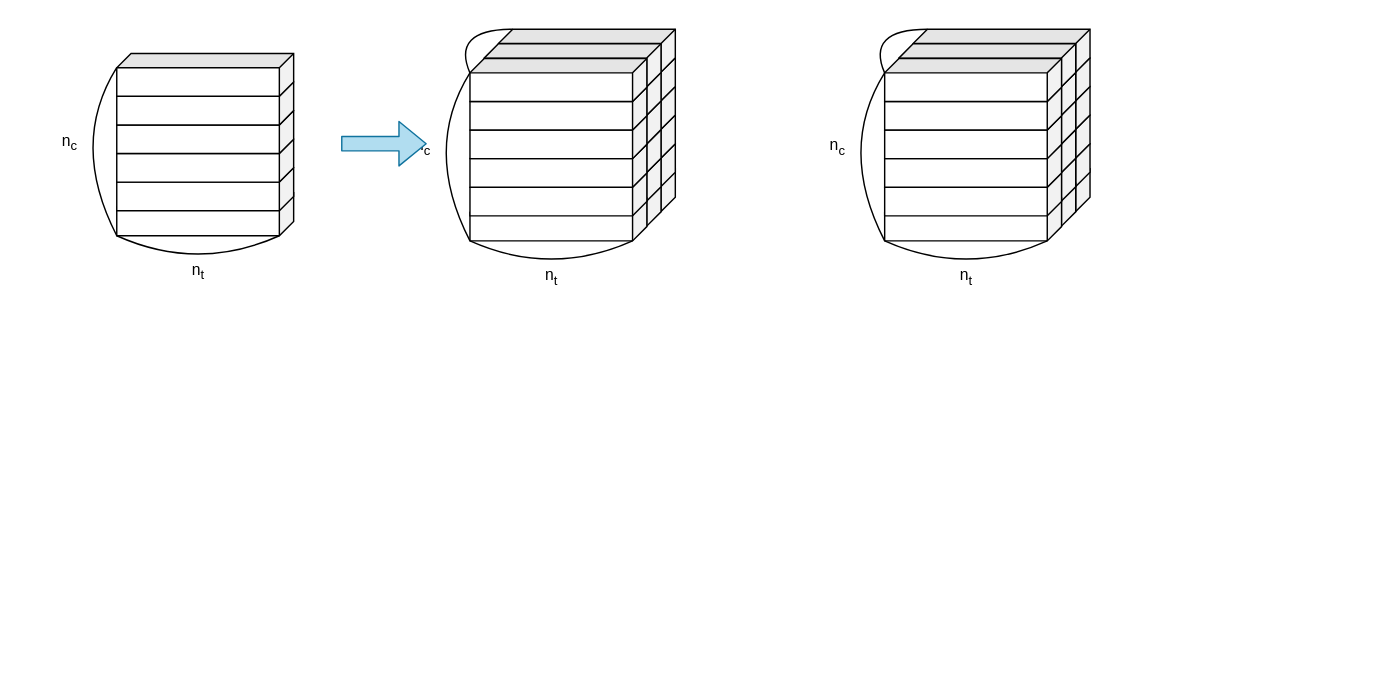
The draw.io diagram page "Vanilla" (3 of 3) of Multi Scale Neural Network.drawio in hwansunkim/openann, before the edit. Source tidied: cells renumbered, new cells numbered last; positions are measured from the earlier drawing's top-left corner, leaving out a move shared by most shapes. Both pictures are drawn from the tidied source at 143%, with x=0, y=0 at pixel (69, -39).
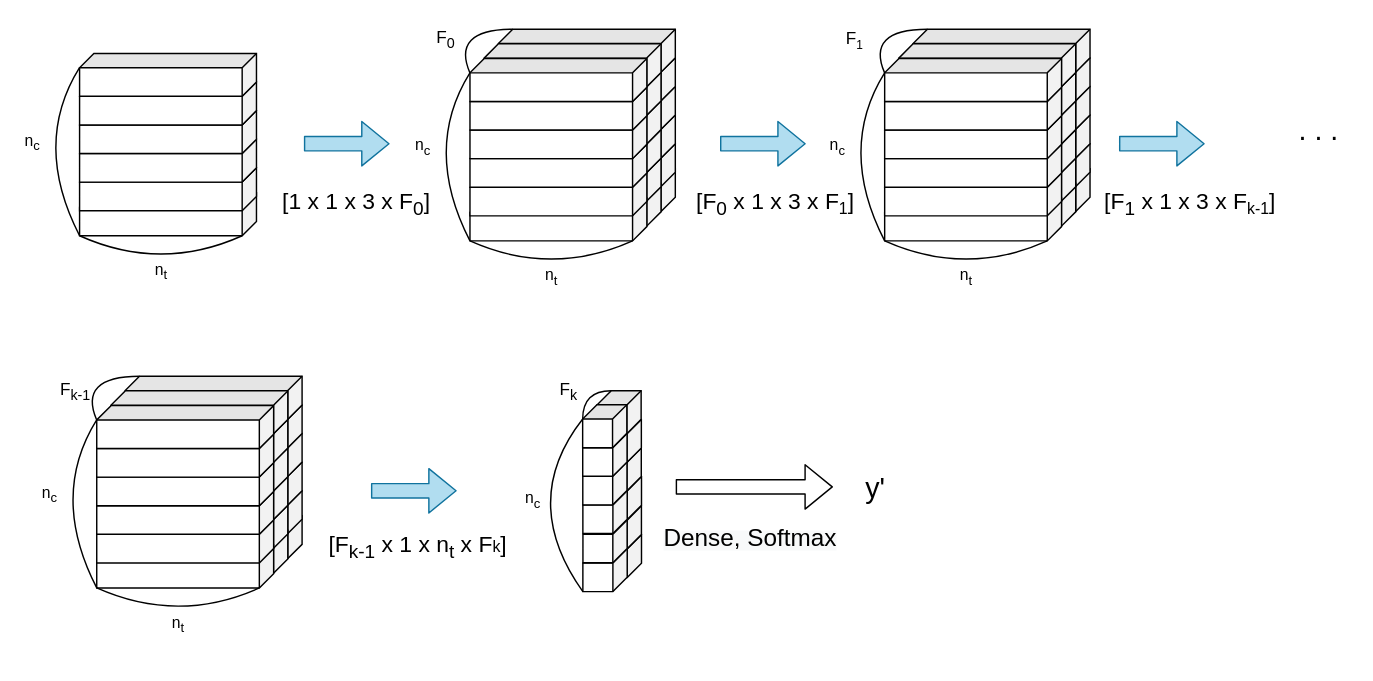
The same page after the edit.

Diff of the diagram source:
```diff
@@
     <mxCell id="25" style="shape=flexArrow;endArrow=classic;html=1;shadow=0;fontSize=20;sourcePerimeterSpacing=5;targetPerimeterSpacing=5;strokeColor=#10739e;fillColor=#b1ddf0;" parent="1" edge="1">
       <mxGeometry relative="1" as="geometry">
-        <mxPoint x="190" y="127" as="sourcePoint" />
-        <mxPoint x="250" y="127" as="targetPoint" />
+        <mxPoint x="164" y="127" as="sourcePoint" />
+        <mxPoint x="224" y="127" as="targetPoint" />
       </mxGeometry>
     </mxCell>
     <mxCell id="26" style="group;" parent="1" vertex="1">
-      <mxGeometry y="63.9" width="156.9" height="153" as="geometry" />
+      <mxGeometry x="-26" y="63.9" width="156.9" height="153" as="geometry" />
     </mxCell>
@@
+    <mxCell id="58" style="shape=flexArrow;endArrow=classic;html=1;shadow=0;fontSize=20;sourcePerimeterSpacing=5;targetPerimeterSpacing=5;strokeColor=#10739e;fillColor=#b1ddf0;" parent="1" edge="1">
+      <mxGeometry relative="1" as="geometry">
+        <mxPoint x="455" y="127" as="sourcePoint" />
+        <mxPoint x="515" y="127" as="targetPoint" />
+      </mxGeometry>
+    </mxCell>
+    <mxCell id="59" value="&lt;font style=&quot;font-size: 16px&quot;&gt;[1 x 1 x 3&amp;nbsp;x F&lt;sub&gt;0&lt;/sub&gt;]&lt;/font&gt;" style="text;html=1;strokeColor=none;fillColor=none;align=center;verticalAlign=middle;whiteSpace=wrap;rounded=0;fontSize=20;" parent="1" vertex="1">
+      <mxGeometry x="130.9" y="157" width="140" height="20" as="geometry" />
+    </mxCell>
+    <mxCell id="60" value="&lt;font style=&quot;font-size: 16px&quot;&gt;[F&lt;sub&gt;0&lt;/sub&gt; x 1 x 3&amp;nbsp;x F&lt;/font&gt;&lt;font&gt;&lt;span style=&quot;font-size: 13.3333px&quot;&gt;&lt;sub&gt;1&lt;/sub&gt;&lt;/span&gt;&lt;span style=&quot;font-size: 16px&quot;&gt;]&lt;/span&gt;&lt;/font&gt;" style="text;html=1;strokeColor=none;fillColor=none;align=center;verticalAlign=middle;whiteSpace=wrap;rounded=0;fontSize=20;" parent="1" vertex="1">
+      <mxGeometry x="423.7" y="157" width="140" height="20" as="geometry" />
+    </mxCell>
+    <mxCell id="61" value=". . ." style="text;html=1;strokeColor=none;fillColor=none;align=center;verticalAlign=middle;whiteSpace=wrap;rounded=0;fontSize=20;" parent="1" vertex="1">
+      <mxGeometry x="853.7" y="107" width="40" height="20" as="geometry" />
+    </mxCell>
+    <mxCell id="62" style="shape=flexArrow;endArrow=classic;html=1;shadow=0;fontSize=20;sourcePerimeterSpacing=5;targetPerimeterSpacing=5;strokeColor=#10739e;fillColor=#b1ddf0;" parent="1" edge="1">
+      <mxGeometry relative="1" as="geometry">
+        <mxPoint x="734" y="127" as="sourcePoint" />
+        <mxPoint x="794" y="127" as="targetPoint" />
+      </mxGeometry>
+    </mxCell>
+    <mxCell id="63" value="&lt;font style=&quot;font-size: 16px&quot;&gt;[F&lt;sub&gt;1&lt;/sub&gt; x 1 x 3&amp;nbsp;x F&lt;/font&gt;&lt;font&gt;&lt;span style=&quot;font-size: 13.3333px&quot;&gt;&lt;sub&gt;k-1&lt;/sub&gt;&lt;/span&gt;&lt;span style=&quot;font-size: 16px&quot;&gt;]&lt;/span&gt;&lt;/font&gt;" style="text;html=1;strokeColor=none;fillColor=none;align=center;verticalAlign=middle;whiteSpace=wrap;rounded=0;fontSize=20;" parent="1" vertex="1">
+      <mxGeometry x="713.7" y="157" width="140" height="20" as="geometry" />
+    </mxCell>
+    <mxCell id="64" style="group;" parent="1" vertex="1">
+      <mxGeometry x="39" y="289.7" width="123.7" height="195.9" as="geometry" />
+    </mxCell>
+    <mxCell id="65" style="shape=cube;whiteSpace=wrap;html=1;boundedLbl=1;backgroundOutline=1;darkOpacity=0.05;darkOpacity2=0.1;fontSize=20;rotation=90;size=10;" parent="64" vertex="1">
+      <mxGeometry x="46.9" y="50.6" width="30" height="123.7" as="geometry" />
+    </mxCell>
+    <mxCell id="66" style="shape=cube;whiteSpace=wrap;html=1;boundedLbl=1;backgroundOutline=1;darkOpacity=0.05;darkOpacity2=0.1;fontSize=20;rotation=90;size=10;" parent="64" vertex="1">
+      <mxGeometry x="46.9" y="33.1" width="30" height="123.7" as="geometry" />
+    </mxCell>
+    <mxCell id="67" style="shape=cube;whiteSpace=wrap;html=1;boundedLbl=1;backgroundOutline=1;darkOpacity=0.05;darkOpacity2=0.1;fontSize=20;rotation=90;size=10;" parent="64" vertex="1">
+      <mxGeometry x="46.9" y="13.1" width="30" height="123.7" as="geometry" />
+    </mxCell>
+    <mxCell id="68" style="shape=cube;whiteSpace=wrap;html=1;boundedLbl=1;backgroundOutline=1;darkOpacity=0.05;darkOpacity2=0.1;fontSize=20;rotation=90;size=10;" parent="64" vertex="1">
+      <mxGeometry x="46.9" y="-6.9" width="30" height="123.7" as="geometry" />
+    </mxCell>
+    <mxCell id="69" style="shape=cube;whiteSpace=wrap;html=1;boundedLbl=1;backgroundOutline=1;darkOpacity=0.05;darkOpacity2=0.1;fontSize=20;rotation=90;size=10;" parent="64" vertex="1">
+      <mxGeometry x="46.9" y="-26.9" width="30" height="123.7" as="geometry" />
+    </mxCell>
+    <mxCell id="70" style="shape=cube;whiteSpace=wrap;html=1;boundedLbl=1;backgroundOutline=1;darkOpacity=0.05;darkOpacity2=0.1;fontSize=20;rotation=90;size=10;" parent="64" vertex="1">
+      <mxGeometry x="46.9" y="-46.9" width="30" height="123.7" as="geometry" />
+    </mxCell>
+    <mxCell id="71" style="group;" parent="64" vertex="1">
+      <mxGeometry x="-10" y="10.2" width="123.7" height="185.6" as="geometry" />
+    </mxCell>
+    <mxCell id="72" style="shape=cube;whiteSpace=wrap;html=1;boundedLbl=1;backgroundOutline=1;darkOpacity=0.05;darkOpacity2=0.1;fontSize=20;rotation=90;size=10;" parent="71" vertex="1">
+      <mxGeometry x="46.9" y="50.6" width="30" height="123.7" as="geometry" />
+    </mxCell>
+    <mxCell id="73" style="shape=cube;whiteSpace=wrap;html=1;boundedLbl=1;backgroundOutline=1;darkOpacity=0.05;darkOpacity2=0.1;fontSize=20;rotation=90;size=10;" parent="71" vertex="1">
+      <mxGeometry x="46.9" y="33.1" width="30" height="123.7" as="geometry" />
+    </mxCell>
+    <mxCell id="74" style="shape=cube;whiteSpace=wrap;html=1;boundedLbl=1;backgroundOutline=1;darkOpacity=0.05;darkOpacity2=0.1;fontSize=20;rotation=90;size=10;" parent="71" vertex="1">
+      <mxGeometry x="46.9" y="13.1" width="30" height="123.7" as="geometry" />
+    </mxCell>
+    <mxCell id="75" style="shape=cube;whiteSpace=wrap;html=1;boundedLbl=1;backgroundOutline=1;darkOpacity=0.05;darkOpacity2=0.1;fontSize=20;rotation=90;size=10;" parent="71" vertex="1">
+      <mxGeometry x="46.9" y="-6.9" width="30" height="123.7" as="geometry" />
+    </mxCell>
+    <mxCell id="76" style="shape=cube;whiteSpace=wrap;html=1;boundedLbl=1;backgroundOutline=1;darkOpacity=0.05;darkOpacity2=0.1;fontSize=20;rotation=90;size=10;" parent="71" vertex="1">
+      <mxGeometry x="46.9" y="-26.9" width="30" height="123.7" as="geometry" />
+    </mxCell>
+    <mxCell id="77" style="shape=cube;whiteSpace=wrap;html=1;boundedLbl=1;backgroundOutline=1;darkOpacity=0.05;darkOpacity2=0.1;fontSize=20;rotation=90;size=10;" parent="71" vertex="1">
+      <mxGeometry x="46.9" y="-46.9" width="30" height="123.7" as="geometry" />
+    </mxCell>
+    <mxCell id="78" style="shape=cube;whiteSpace=wrap;html=1;boundedLbl=1;backgroundOutline=1;darkOpacity=0.05;darkOpacity2=0.1;fontSize=20;rotation=90;size=10;" parent="71" vertex="1">
+      <mxGeometry x="37" y="60.9" width="30" height="123.7" as="geometry" />
+    </mxCell>
+    <mxCell id="79" style="shape=cube;whiteSpace=wrap;html=1;boundedLbl=1;backgroundOutline=1;darkOpacity=0.05;darkOpacity2=0.1;fontSize=20;rotation=90;size=10;" parent="71" vertex="1">
+      <mxGeometry x="37" y="43.4" width="30" height="123.7" as="geometry" />
+    </mxCell>
+    <mxCell id="80" style="shape=cube;whiteSpace=wrap;html=1;boundedLbl=1;backgroundOutline=1;darkOpacity=0.05;darkOpacity2=0.1;fontSize=20;rotation=90;size=10;" parent="71" vertex="1">
+      <mxGeometry x="37" y="23.4" width="30" height="123.7" as="geometry" />
+    </mxCell>
+    <mxCell id="81" style="shape=cube;whiteSpace=wrap;html=1;boundedLbl=1;backgroundOutline=1;darkOpacity=0.05;darkOpacity2=0.1;fontSize=20;rotation=90;size=10;" parent="71" vertex="1">
+      <mxGeometry x="37" y="3.4" width="30" height="123.7" as="geometry" />
+    </mxCell>
+    <mxCell id="82" style="shape=cube;whiteSpace=wrap;html=1;boundedLbl=1;backgroundOutline=1;darkOpacity=0.05;darkOpacity2=0.1;fontSize=20;rotation=90;size=10;" parent="71" vertex="1">
+      <mxGeometry x="37" y="-16.6" width="30" height="123.7" as="geometry" />
+    </mxCell>
+    <mxCell id="83" style="shape=cube;whiteSpace=wrap;html=1;boundedLbl=1;backgroundOutline=1;darkOpacity=0.05;darkOpacity2=0.1;fontSize=20;rotation=90;size=10;" parent="71" vertex="1">
+      <mxGeometry x="37" y="-36.6" width="30" height="123.7" as="geometry" />
+    </mxCell>
+    <mxCell id="84" value="n&lt;sub&gt;c&lt;/sub&gt;" style="endArrow=none;html=1;labelBackgroundColor=none;entryX=0;entryY=0;entryDx=10;entryDy=123.74;entryPerimeter=0;exitX=1;exitY=1;exitDx=0;exitDy=0;exitPerimeter=0;curved=1;" parent="71" edge="1" source="78" target="83">
+      <mxGeometry x="-83" y="-86.6" as="geometry">
+        <Array as="points">
+          <mxPoint x="-43" y="73.4" />
+        </Array>
+        <mxPoint x="-33" y="-6" as="offset" />
+      </mxGeometry>
+    </mxCell>
+    <mxCell id="85" value="n&lt;sub&gt;t&lt;/sub&gt;" style="endArrow=none;html=1;labelBackgroundColor=none;exitX=1;exitY=1;exitDx=0;exitDy=0;exitPerimeter=0;entryX=0;entryY=0;entryDx=30;entryDy=10;entryPerimeter=0;curved=1;" parent="71" edge="1" source="78" target="78">
+      <mxGeometry x="-83" y="-86.6" as="geometry">
+        <Array as="points">
+          <mxPoint x="47.1" y="163.2" />
+        </Array>
+        <mxPoint y="26" as="offset" />
+      </mxGeometry>
+    </mxCell>
+    <mxCell id="86" style="endArrow=none;html=1;labelBackgroundColor=none;entryX=0;entryY=0;entryDx=0;entryDy=113.74000000000001;entryPerimeter=0;exitX=0;exitY=0;exitDx=10;exitDy=123.74000000000001;exitPerimeter=0;curved=1;" parent="64" edge="1" source="83" target="70">
+      <mxGeometry relative="1" as="geometry">
+        <Array as="points">
+          <mxPoint x="-33" />
+        </Array>
+      </mxGeometry>
+    </mxCell>
+    <mxCell id="87" style="shape=flexArrow;endArrow=classic;html=1;shadow=0;fontSize=20;sourcePerimeterSpacing=5;targetPerimeterSpacing=5;strokeColor=#10739e;fillColor=#b1ddf0;" parent="1" edge="1">
+      <mxGeometry relative="1" as="geometry">
+        <mxPoint x="210.9" y="369.7" as="sourcePoint" />
+        <mxPoint x="270.9" y="369.7" as="targetPoint" />
+      </mxGeometry>
+    </mxCell>
+    <mxCell id="88" value="&lt;font style=&quot;font-size: 16px&quot;&gt;[F&lt;sub&gt;k-1&lt;/sub&gt; x 1 x n&lt;sub&gt;t&lt;/sub&gt; x F&lt;/font&gt;&lt;font style=&quot;font-size: 11.1111px&quot;&gt;k&lt;/font&gt;&lt;font&gt;&lt;span style=&quot;font-size: 16px&quot;&gt;]&lt;/span&gt;&lt;/font&gt;" style="text;html=1;strokeColor=none;fillColor=none;align=center;verticalAlign=middle;whiteSpace=wrap;rounded=0;fontSize=20;" parent="1" vertex="1">
+      <mxGeometry x="174" y="397" width="140" height="20" as="geometry" />
+    </mxCell>
+    <mxCell id="89" value="F&lt;sub&gt;0&lt;/sub&gt;" style="text;html=1;align=center;verticalAlign=middle;strokeColor=none;fillColor=none;" parent="1" vertex="1">
+      <mxGeometry x="247.7" y="43.9" width="30" height="20" as="geometry" />
+    </mxCell>
+    <mxCell id="90" value="F&lt;span style=&quot;font-size: 10px&quot;&gt;&lt;sub&gt;1&lt;/sub&gt;&lt;/span&gt;" style="text;html=1;align=center;verticalAlign=middle;strokeColor=none;fillColor=none;" parent="1" vertex="1">
+      <mxGeometry x="533.7" y="43.9" width="30" height="20" as="geometry" />
+    </mxCell>
+    <mxCell id="91" value="F&lt;sub&gt;k-1&lt;/sub&gt;" style="text;html=1;align=center;verticalAlign=middle;strokeColor=none;fillColor=none;" parent="1" vertex="1">
+      <mxGeometry x="-16" y="289.7" width="40" height="20" as="geometry" />
+    </mxCell>
+    <mxCell id="92" style="group;" parent="1" vertex="1">
+      <mxGeometry x="369" y="299.7" width="31.1" height="140.5" as="geometry" />
+    </mxCell>
+    <mxCell id="93" style="shape=cube;whiteSpace=wrap;html=1;boundedLbl=1;backgroundOutline=1;darkOpacity=0.05;darkOpacity2=0.1;fontSize=20;rotation=90;size=10;" parent="92" vertex="1">
+      <mxGeometry x="0.6" y="100.2" width="30" height="31" as="geometry" />
+    </mxCell>
+    <mxCell id="94" style="shape=cube;whiteSpace=wrap;html=1;boundedLbl=1;backgroundOutline=1;darkOpacity=0.05;darkOpacity2=0.1;fontSize=20;rotation=90;size=10;" parent="92" vertex="1">
+      <mxGeometry x="0.6" y="80.1" width="30" height="30.9" as="geometry" />
+    </mxCell>
+    <mxCell id="95" style="shape=cube;whiteSpace=wrap;html=1;boundedLbl=1;backgroundOutline=1;darkOpacity=0.05;darkOpacity2=0.1;fontSize=20;rotation=90;size=10;" parent="92" vertex="1">
+      <mxGeometry x="0.6" y="59.6" width="30" height="31" as="geometry" />
+    </mxCell>
+    <mxCell id="96" style="shape=cube;whiteSpace=wrap;html=1;boundedLbl=1;backgroundOutline=1;darkOpacity=0.05;darkOpacity2=0.1;fontSize=20;rotation=90;size=10;" parent="92" vertex="1">
+      <mxGeometry x="0.5" y="39.6" width="30" height="30.9" as="geometry" />
+    </mxCell>
+    <mxCell id="97" style="shape=cube;whiteSpace=wrap;html=1;boundedLbl=1;backgroundOutline=1;darkOpacity=0.05;darkOpacity2=0.1;fontSize=20;rotation=90;size=10;" parent="92" vertex="1">
+      <mxGeometry x="0.5" y="19.6" width="30" height="31" as="geometry" />
+    </mxCell>
+    <mxCell id="98" style="shape=cube;whiteSpace=wrap;html=1;boundedLbl=1;backgroundOutline=1;darkOpacity=0.05;darkOpacity2=0.1;fontSize=20;rotation=90;size=10;" parent="92" vertex="1">
+      <mxGeometry x="0.4" y="-0.4" width="30" height="30.9" as="geometry" />
+    </mxCell>
+    <mxCell id="99" style="group;" parent="92" vertex="1">
+      <mxGeometry x="-10" y="9.8" width="31.1" height="130.7" as="geometry" />
+    </mxCell>
+    <mxCell id="100" style="shape=cube;whiteSpace=wrap;html=1;boundedLbl=1;backgroundOutline=1;darkOpacity=0.05;darkOpacity2=0.1;fontSize=20;rotation=90;size=10;" parent="99" vertex="1">
+      <mxGeometry x="0.6" y="100.2" width="30" height="31" as="geometry" />
+    </mxCell>
+    <mxCell id="101" style="shape=cube;whiteSpace=wrap;html=1;boundedLbl=1;backgroundOutline=1;darkOpacity=0.05;darkOpacity2=0.1;fontSize=20;rotation=90;size=10;" parent="99" vertex="1">
+      <mxGeometry x="0.6" y="80.1" width="30" height="30.9" as="geometry" />
+    </mxCell>
+    <mxCell id="102" style="shape=cube;whiteSpace=wrap;html=1;boundedLbl=1;backgroundOutline=1;darkOpacity=0.05;darkOpacity2=0.1;fontSize=20;rotation=90;size=10;" parent="99" vertex="1">
+      <mxGeometry x="0.6" y="59.6" width="30" height="31" as="geometry" />
+    </mxCell>
+    <mxCell id="103" style="shape=cube;whiteSpace=wrap;html=1;boundedLbl=1;backgroundOutline=1;darkOpacity=0.05;darkOpacity2=0.1;fontSize=20;rotation=90;size=10;" parent="99" vertex="1">
+      <mxGeometry x="0.5" y="39.6" width="30" height="30.9" as="geometry" />
+    </mxCell>
+    <mxCell id="104" style="shape=cube;whiteSpace=wrap;html=1;boundedLbl=1;backgroundOutline=1;darkOpacity=0.05;darkOpacity2=0.1;fontSize=20;rotation=90;size=10;" parent="99" vertex="1">
+      <mxGeometry x="0.5" y="19.6" width="30" height="31" as="geometry" />
+    </mxCell>
+    <mxCell id="105" style="shape=cube;whiteSpace=wrap;html=1;boundedLbl=1;backgroundOutline=1;darkOpacity=0.05;darkOpacity2=0.1;fontSize=20;rotation=90;size=10;" parent="99" vertex="1">
+      <mxGeometry x="0.4" y="-0.4" width="30" height="30.9" as="geometry" />
+    </mxCell>
+    <mxCell id="106" value="n&lt;sub&gt;c&lt;/sub&gt;" style="endArrow=none;html=1;labelBackgroundColor=none;entryX=0;entryY=0;entryDx=10;entryDy=30.880000000000003;entryPerimeter=0;exitX=1;exitY=1;exitDx=0;exitDy=0;exitPerimeter=0;curved=1;" parent="99" edge="1" source="100" target="105">
+      <mxGeometry x="0.11" y="-8" relative="1" as="geometry">
+        <Array as="points">
+          <mxPoint x="-45" y="67.5" />
+        </Array>
+      </mxGeometry>
+    </mxCell>
+    <mxCell id="107" style="endArrow=none;html=1;labelBackgroundColor=none;entryX=0;entryY=0;entryDx=0;entryDy=20.880000000000003;entryPerimeter=0;exitX=0;exitY=0;exitDx=10;exitDy=30.88;exitPerimeter=0;curved=1;" parent="92" edge="1" source="105" target="98">
+      <mxGeometry relative="1" as="geometry">
+        <Array as="points">
+          <mxPoint x="-10" />
+        </Array>
+      </mxGeometry>
+    </mxCell>
+    <mxCell id="108" value="F&lt;sub&gt;k&lt;/sub&gt;" style="text;html=1;align=center;verticalAlign=middle;strokeColor=none;fillColor=none;" parent="1" vertex="1">
+      <mxGeometry x="334" y="289.7" width="30" height="20" as="geometry" />
+    </mxCell>
+    <mxCell id="109" style="shape=flexArrow;endArrow=classic;html=1;labelBackgroundColor=none;" parent="1" edge="1">
+      <mxGeometry relative="1" as="geometry">
+        <mxPoint x="424" y="367" as="sourcePoint" />
+        <mxPoint x="534" y="367" as="targetPoint" />
+      </mxGeometry>
+    </mxCell>
+    <mxCell id="110" value="&lt;span style=&quot;color: rgb(0 , 0 , 0) ; font-family: &amp;#34;helvetica&amp;#34; ; font-style: normal ; font-weight: 400 ; letter-spacing: normal ; text-align: center ; text-indent: 0px ; text-transform: none ; word-spacing: 0px ; background-color: rgb(248 , 249 , 250) ; display: inline ; float: none&quot;&gt;&lt;font style=&quot;font-size: 17px&quot;&gt;Dense, Softmax&lt;/font&gt;&lt;/span&gt;" style="text;whiteSpace=wrap;html=1;" parent="1" vertex="1">
+      <mxGeometry x="414" y="387" width="170" height="30" as="geometry" />
+    </mxCell>
+    <mxCell id="111" value="y'" style="text;html=1;strokeColor=none;fillColor=none;align=center;verticalAlign=middle;whiteSpace=wrap;rounded=0;fontSize=20;" parent="1" vertex="1">
+      <mxGeometry x="544" y="357" width="40" height="20" as="geometry" />
+    </mxCell>
```
